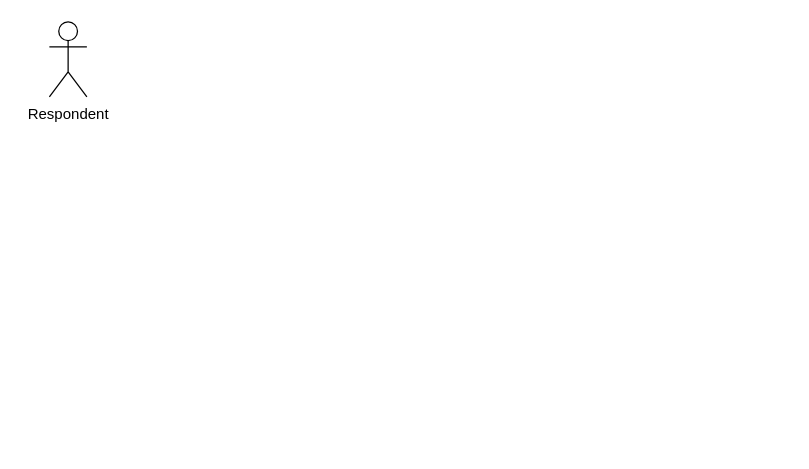
The draw.io diagram page "Dynamic-1" (1 of 3) of ECS.drawio in yuecchen/SampleApps, before the edit. Source tidied: cells renumbered, new cells numbered last; positions are measured from the earlier drawing's top-left corner, leaving out a move shared by most shapes. Both pictures are drawn from the tidied source at 125%, with x=0, y=0 at pixel (49, 21).
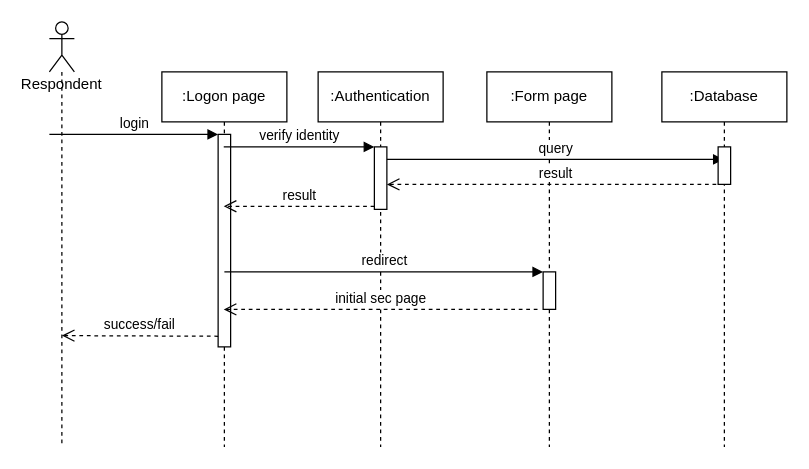
The same page after the edit.

Change to the diagram source:
```diff
@@
+    <mxCell id="3" value=":Logon page" style="shape=umlLifeline;perimeter=lifelinePerimeter;whiteSpace=wrap;html=1;outlineConnect=0;" parent="1" vertex="1">
+      <mxGeometry x="90" y="40" width="100" height="300" as="geometry" />
+    </mxCell>
+    <mxCell id="4" style="html=1;points=[];perimeter=orthogonalPerimeter;" parent="3" vertex="1">
+      <mxGeometry x="45" y="50" width="10" height="170" as="geometry" />
+    </mxCell>
+    <mxCell id="5" value="login" style="html=1;verticalAlign=bottom;endArrow=block;entryX=0;entryY=0;rounded=0;" parent="3" edge="1" target="4">
+      <mxGeometry relative="1" as="geometry">
+        <mxPoint x="-90" y="50" as="sourcePoint" />
+      </mxGeometry>
+    </mxCell>
+    <mxCell id="6" value=":Authentication" style="shape=umlLifeline;perimeter=lifelinePerimeter;whiteSpace=wrap;html=1;" parent="1" vertex="1">
+      <mxGeometry x="215" y="40" width="100" height="300" as="geometry" />
+    </mxCell>
+    <mxCell id="7" style="html=1;points=[];perimeter=orthogonalPerimeter;" parent="6" vertex="1">
+      <mxGeometry x="45" y="60" width="10" height="50" as="geometry" />
+    </mxCell>
+    <mxCell id="8" value="initial sec page" style="html=1;verticalAlign=bottom;endArrow=open;dashed=1;endSize=8;exitX=0;exitY=0.95;rounded=0;" parent="6" edge="1" target="3">
+      <mxGeometry relative="1" as="geometry">
+        <mxPoint x="175.5" y="190" as="sourcePoint" />
+      </mxGeometry>
+    </mxCell>
+    <mxCell id="9" value=":Form page" style="shape=umlLifeline;perimeter=lifelinePerimeter;whiteSpace=wrap;html=1;" parent="1" vertex="1">
+      <mxGeometry x="350" y="40" width="100" height="300" as="geometry" />
+    </mxCell>
+    <mxCell id="10" style="html=1;points=[];perimeter=orthogonalPerimeter;" parent="9" vertex="1">
+      <mxGeometry x="45" y="160" width="10" height="30" as="geometry" />
+    </mxCell>
+    <mxCell id="11" value="query" style="html=1;verticalAlign=bottom;endArrow=block;rounded=0;" parent="9" edge="1" target="17">
+      <mxGeometry relative="1" as="geometry">
+        <mxPoint x="-80" y="70" as="sourcePoint" />
+      </mxGeometry>
+    </mxCell>
+    <mxCell id="12" value="result" style="html=1;verticalAlign=bottom;endArrow=open;dashed=1;endSize=8;rounded=0;" parent="9" edge="1" source="17">
+      <mxGeometry relative="1" as="geometry">
+        <mxPoint x="-80" y="90" as="targetPoint" />
+      </mxGeometry>
+    </mxCell>
+    <mxCell id="13" value="success/fail" style="html=1;verticalAlign=bottom;endArrow=open;dashed=1;endSize=8;exitX=0;exitY=0.95;rounded=0;" parent="1" edge="1" source="4">
+      <mxGeometry relative="1" as="geometry">
+        <mxPoint x="10" y="251" as="targetPoint" />
+      </mxGeometry>
+    </mxCell>
+    <mxCell id="14" value="verify identity" style="html=1;verticalAlign=bottom;endArrow=block;entryX=0;entryY=0;rounded=0;" parent="1" edge="1" source="3" target="7">
+      <mxGeometry relative="1" as="geometry" />
+    </mxCell>
+    <mxCell id="15" value="result" style="html=1;verticalAlign=bottom;endArrow=open;dashed=1;endSize=8;exitX=0;exitY=0.95;rounded=0;" parent="1" edge="1" source="7" target="3">
+      <mxGeometry relative="1" as="geometry" />
+    </mxCell>
+    <mxCell id="16" value="redirect" style="html=1;verticalAlign=bottom;endArrow=block;entryX=0;entryY=0;rounded=0;" parent="1" edge="1" target="10">
+      <mxGeometry relative="1" as="geometry">
+        <mxPoint x="140" y="200" as="sourcePoint" />
+      </mxGeometry>
+    </mxCell>
-    <mxCell id="2" value="Respondent" style="shape=umlActor;verticalLabelPosition=bottom;verticalAlign=top;html=1;" parent="1" vertex="1">
-      <mxGeometry width="30" height="60" as="geometry" />
+    <mxCell id="2" value="Respondent" style="shape=umlLifeline;participant=umlActor;perimeter=lifelinePerimeter;whiteSpace=wrap;html=1;verticalAlign=top;spacingTop=36;" parent="1" vertex="1">
+      <mxGeometry width="20" height="340" as="geometry" />
     </mxCell>
+    <mxCell id="17" value=":Database" style="shape=umlLifeline;perimeter=lifelinePerimeter;whiteSpace=wrap;html=1;outlineConnect=0;" parent="1" vertex="1">
+      <mxGeometry x="490" y="40" width="100" height="300" as="geometry" />
+    </mxCell>
+    <mxCell id="18" style="html=1;perimeter=orthogonalPerimeter;" parent="17" vertex="1">
+      <mxGeometry x="45" y="60" width="10" height="30" as="geometry" />
+    </mxCell>
```
